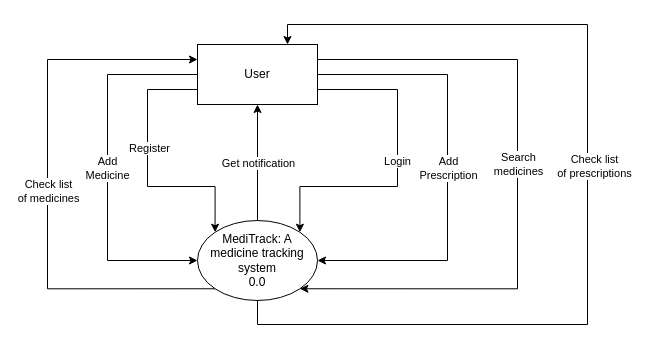
Earlier version of the draw.io diagram DFD_Level-0_Diagram.drawio (SJPatel123/CP-III). Source tidied: cells renumbered, new cells numbered last; positions are measured from the earlier drawing's top-left corner, leaving out a move shared by most shapes. Both pictures are drawn from the tidied source at 100%, with x=0, y=0 at pixel (47, 24).
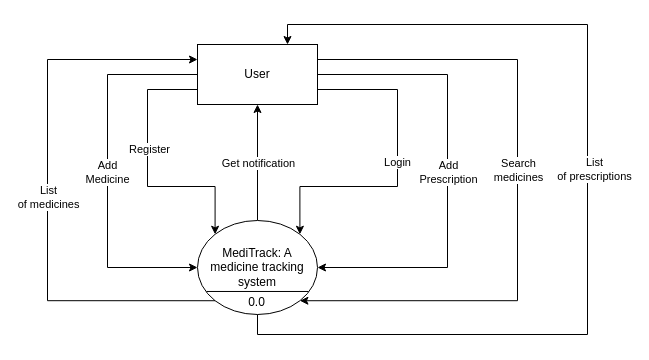
Above is the later version.

The change refers to these unchanged cells:
```xml
<mxCell id="19" value="User" style="rounded=0;whiteSpace=wrap;html=1;" parent="1" vertex="1">
  <mxGeometry x="150" y="20" width="120" height="60" as="geometry" />
</mxCell>
```

What changed in the source:
```diff
@@
-    <mxCell id="4" value="MediTrack: A medicine tracking system&lt;br&gt;0.0" style="ellipse;whiteSpace=wrap;html=1;" parent="1" vertex="1">
-      <mxGeometry x="150" y="196" width="120" height="80" as="geometry" />
+    <mxCell id="4" value="MediTrack: A medicine tracking system" style="ellipse;whiteSpace=wrap;html=1;" parent="1" vertex="1">
+      <mxGeometry x="150" y="196" width="120" height="94" as="geometry" />
     </mxCell>
     <mxCell id="5" style="edgeStyle=orthogonalEdgeStyle;rounded=0;jettySize=auto;html=1;exitX=0;exitY=0.5;exitDx=0;exitDy=0;entryX=0;entryY=0.5;entryDx=0;entryDy=0;" parent="1" edge="1" source="19" target="4">
       <mxGeometry relative="1" as="geometry">
         <Array as="points">
           <mxPoint x="60" y="50" />
-          <mxPoint x="60" y="236" />
+          <mxPoint x="60" y="243" />
         </Array>
       </mxGeometry>
     </mxCell>
@@
     <mxCell id="7" style="edgeStyle=orthogonalEdgeStyle;rounded=0;jettySize=auto;html=1;exitX=1;exitY=0.5;exitDx=0;exitDy=0;entryX=1;entryY=0.5;entryDx=0;entryDy=0;" parent="1" edge="1" source="19" target="4">
       <mxGeometry relative="1" as="geometry">
         <Array as="points">
           <mxPoint x="400" y="50" />
-          <mxPoint x="400" y="236" />
+          <mxPoint x="400" y="243" />
         </Array>
       </mxGeometry>
     </mxCell>
@@
     <mxCell id="9" style="edgeStyle=orthogonalEdgeStyle;rounded=0;jettySize=auto;html=1;exitX=1;exitY=0.25;exitDx=0;exitDy=0;entryX=1;entryY=1;entryDx=0;entryDy=0;" parent="1" edge="1" source="19" target="4">
       <mxGeometry relative="1" as="geometry">
         <Array as="points">
           <mxPoint x="470" y="35" />
-          <mxPoint x="470" y="264" />
+          <mxPoint x="470" y="276" />
         </Array>
       </mxGeometry>
     </mxCell>
@@
     <mxCell id="11" style="edgeStyle=orthogonalEdgeStyle;rounded=0;jettySize=auto;html=1;exitX=0;exitY=1;exitDx=0;exitDy=0;entryX=0;entryY=0.25;entryDx=0;entryDy=0;" parent="1" edge="1" source="4" target="19">
       <mxGeometry relative="1" as="geometry">
         <Array as="points">
-          <mxPoint y="264" />
+          <mxPoint y="276" />
           <mxPoint y="35" />
         </Array>
       </mxGeometry>
     </mxCell>
-    <mxCell id="12" value="Check list&lt;br&gt;of medicines" style="edgeLabel;html=1;align=center;verticalAlign=middle;" parent="11" vertex="1">
+    <mxCell id="12" value="List&lt;br&gt;of medicines" style="edgeLabel;html=1;align=center;verticalAlign=middle;" parent="11" vertex="1">
       <mxGeometry x="-0.03" relative="1" as="geometry" />
     </mxCell>
     <mxCell id="13" style="edgeStyle=orthogonalEdgeStyle;rounded=0;jettySize=auto;html=1;exitX=0.5;exitY=1;exitDx=0;exitDy=0;entryX=0.75;entryY=0;entryDx=0;entryDy=0;" parent="1" edge="1" source="4" target="19">
       <mxGeometry relative="1" as="geometry">
         <Array as="points">
-          <mxPoint x="210" y="300" />
-          <mxPoint x="540" y="300" />
+          <mxPoint x="210" y="310" />
+          <mxPoint x="540" y="310" />
           <mxPoint x="540" />
           <mxPoint x="240" />
         </Array>
       </mxGeometry>
     </mxCell>
-    <mxCell id="14" value="Check list&lt;br style=&quot;border-color: var(--border-color);&quot;&gt;of prescriptions" style="edgeLabel;html=1;align=center;verticalAlign=middle;" parent="13" vertex="1">
+    <mxCell id="14" value="List&lt;br style=&quot;border-color: var(--border-color);&quot;&gt;of prescriptions" style="edgeLabel;html=1;align=center;verticalAlign=middle;" parent="13" vertex="1">
       <mxGeometry x="-0.05" relative="1" as="geometry">
         <mxPoint x="6" y="-50" as="offset" />
       </mxGeometry>
     </mxCell>
@@
+    <mxCell id="20" style="endArrow=none;html=1;rounded=0;exitX=0.075;exitY=0.755;exitDx=0;exitDy=0;exitPerimeter=0;entryX=0.925;entryY=0.755;entryDx=0;entryDy=0;entryPerimeter=0;" parent="1" edge="1" source="4" target="4">
+      <mxGeometry relative="1" as="geometry" />
+    </mxCell>
+    <mxCell id="21" value="0.0" style="text;html=1;align=center;verticalAlign=middle;strokeColor=none;fillColor=none;" parent="1" vertex="1">
+      <mxGeometry x="189" y="263" width="40" height="30" as="geometry" />
+    </mxCell>
```
